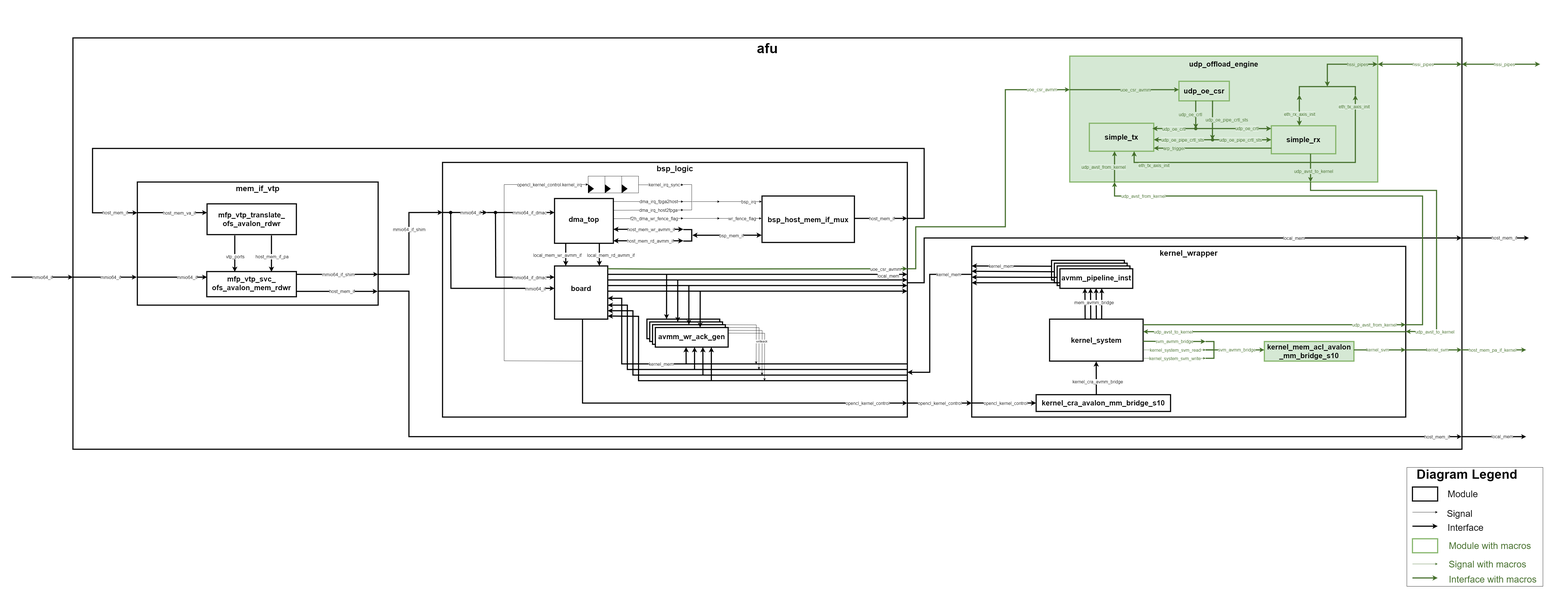
Above: doc/img/pipes_archd.png in bspena/Comunications-Mechanisms-Comparison-on-FPGA (draw.io), before the change. Source tidied: cells renumbered, new cells last; positions are measured from the earlier drawing's top-left corner, leaving out a move shared by most shapes.
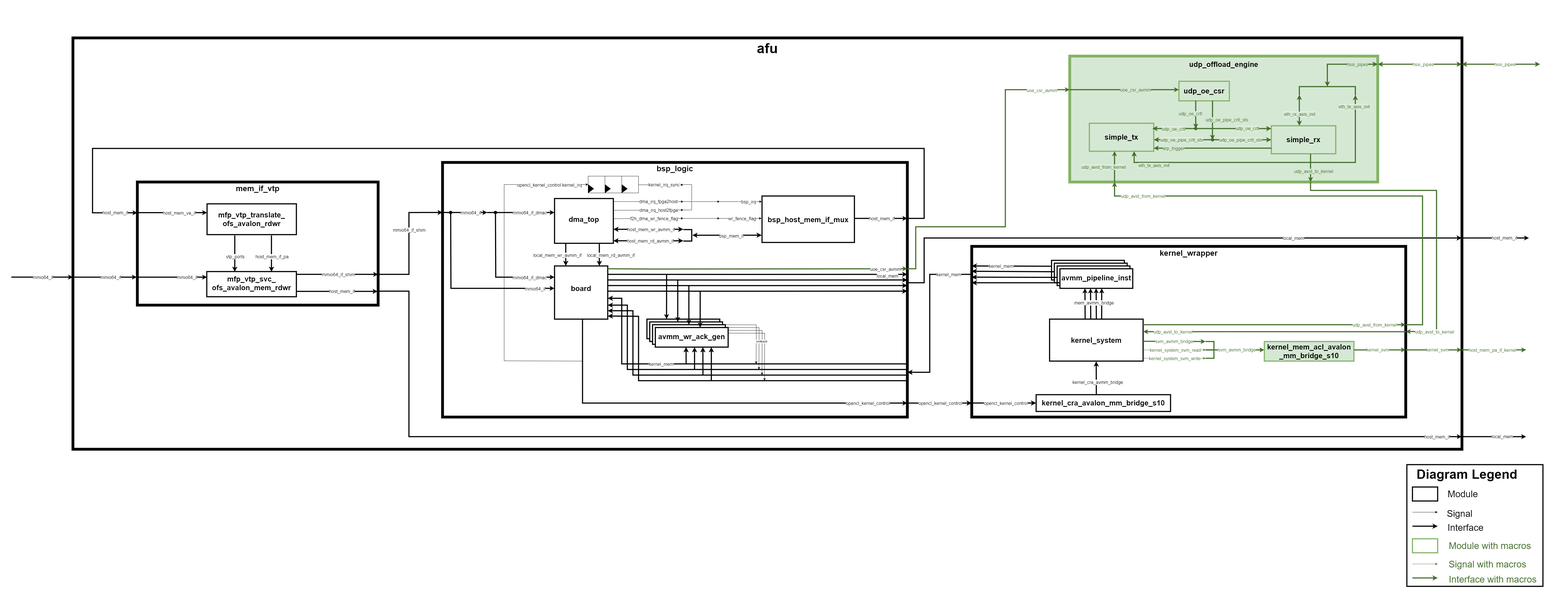
After the change.

Diff of the diagram source:
```diff
@@ -5,16 +5,16 @@
     <mxCell id="2" style="rounded=0;whiteSpace=wrap;html=1;strokeColor=none;" parent="1" vertex="1">
       <mxGeometry width="5600" height="2130" as="geometry" />
     </mxCell>
-    <mxCell id="3" value="afu" style="whiteSpace=wrap;strokeWidth=4;verticalAlign=top;spacing=3;fontStyle=1;fontSize=50;" parent="1" vertex="1">
+    <mxCell id="3" value="afu" style="whiteSpace=wrap;strokeWidth=10;verticalAlign=top;spacing=3;fontStyle=1;fontSize=50;" parent="1" vertex="1">
       <mxGeometry x="260" y="135" width="4960.8" height="1470" as="geometry" />
     </mxCell>
-    <mxCell id="4" value="udp_offload_engine" style="whiteSpace=wrap;strokeWidth=4;fontStyle=1;fillColor=#d5e8d4;strokeColor=#82b366;fontSize=26;spacing=0;spacingBottom=391;spacingTop=0;" parent="1" vertex="1">
+    <mxCell id="4" value="udp_offload_engine" style="whiteSpace=wrap;strokeWidth=10;fontStyle=1;fillColor=#d5e8d4;strokeColor=#82b366;fontSize=26;spacing=0;spacingBottom=391;spacingTop=0;" parent="1" vertex="1">
       <mxGeometry x="3820" y="200" width="1100" height="450" as="geometry" />
     </mxCell>
-    <mxCell id="5" value="kernel_wrapper" style="whiteSpace=wrap;strokeWidth=4;verticalAlign=top;spacing=3;fontStyle=1;fontSize=28;spacingRight=0;" parent="1" vertex="1">
+    <mxCell id="5" value="kernel_wrapper" style="whiteSpace=wrap;strokeWidth=10;verticalAlign=top;spacing=3;fontStyle=1;fontSize=28;spacingRight=0;" parent="1" vertex="1">
       <mxGeometry x="3470" y="880" width="1550" height="610" as="geometry" />
     </mxCell>
-    <mxCell id="6" value="mem_if_vtp" style="whiteSpace=wrap;strokeWidth=4;verticalAlign=top;fontStyle=1;fontSize=28;" parent="1" vertex="1">
+    <mxCell id="6" value="mem_if_vtp" style="whiteSpace=wrap;strokeWidth=10;verticalAlign=top;fontStyle=1;fontSize=28;" parent="1" vertex="1">
       <mxGeometry x="490" y="650" width="860" height="440" as="geometry" />
     </mxCell>
     <mxCell id="7" value="mfp_vtp_svc_&#10;ofs_avalon_mem_rdwr&#10;" style="whiteSpace=wrap;strokeWidth=4;verticalAlign=top;fontStyle=1;align=center;fontSize=26;spacingBottom=0;spacing=7;" parent="1" vertex="1">
@@ -107,7 +107,7 @@
         <mxPoint x="39" as="offset" />
       </mxGeometry>
     </mxCell>
-    <mxCell id="25" value="bsp_logic" style="whiteSpace=wrap;strokeWidth=4;verticalAlign=top;fontStyle=1;spacing=1;fontSize=28;labelBackgroundColor=#FFFFFF;" parent="1" vertex="1">
+    <mxCell id="25" value="bsp_logic" style="whiteSpace=wrap;strokeWidth=10;verticalAlign=top;fontStyle=1;spacing=1;fontSize=28;labelBackgroundColor=#FFFFFF;" parent="1" vertex="1">
       <mxGeometry x="1580" y="580" width="1660" height="910" as="geometry" />
     </mxCell>
     <mxCell id="26" value="dma_top" style="whiteSpace=wrap;strokeWidth=4;verticalAlign=top;fontStyle=1;spacing=55;fontSize=26;" parent="1" vertex="1">
@@ -1190,8 +1190,8 @@
     <mxCell id="211" value="Diagram Legend" style="text;html=1;align=center;verticalAlign=middle;whiteSpace=wrap;rounded=0;fontSize=46;fontStyle=1;" parent="1" vertex="1">
       <mxGeometry x="5040" y="1680" width="398" height="30" as="geometry" />
     </mxCell>
-    <mxCell id="212" style="rounded=0;whiteSpace=wrap;html=1;fillOpacity=0;" parent="1" vertex="1">
-      <mxGeometry x="5024" y="1670" width="486" height="425" as="geometry" />
+    <mxCell id="212" style="rounded=0;whiteSpace=wrap;html=1;fillOpacity=0;strokeWidth=4;" parent="1" vertex="1">
+      <mxGeometry x="5024" y="1660" width="486" height="435" as="geometry" />
     </mxCell>
     <mxCell id="213" style="rounded=0;whiteSpace=wrap;html=1;strokeWidth=4;strokeColor=#82b366;" parent="1" vertex="1">
       <mxGeometry x="5044" y="1925" width="90" height="50" as="geometry" />
```
